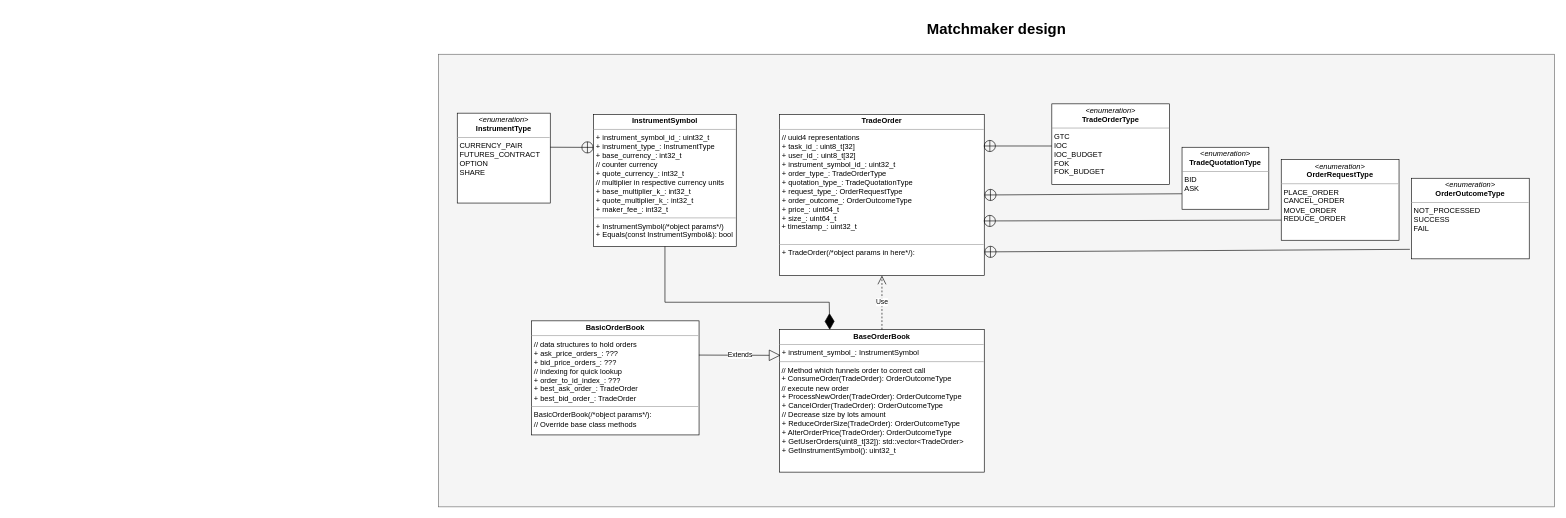
The draw.io diagram architecture/matchmaker/matchmaker_design.drawio in kevm314/cpp-exchange, before the edit. Source tidied: cells renumbered, new cells numbered last; positions are measured from the earlier drawing's top-left corner, leaving out a move shared by most shapes. Both pictures are drawn from the tidied source at 62%, with x=0, y=0 at pixel (438, 17).
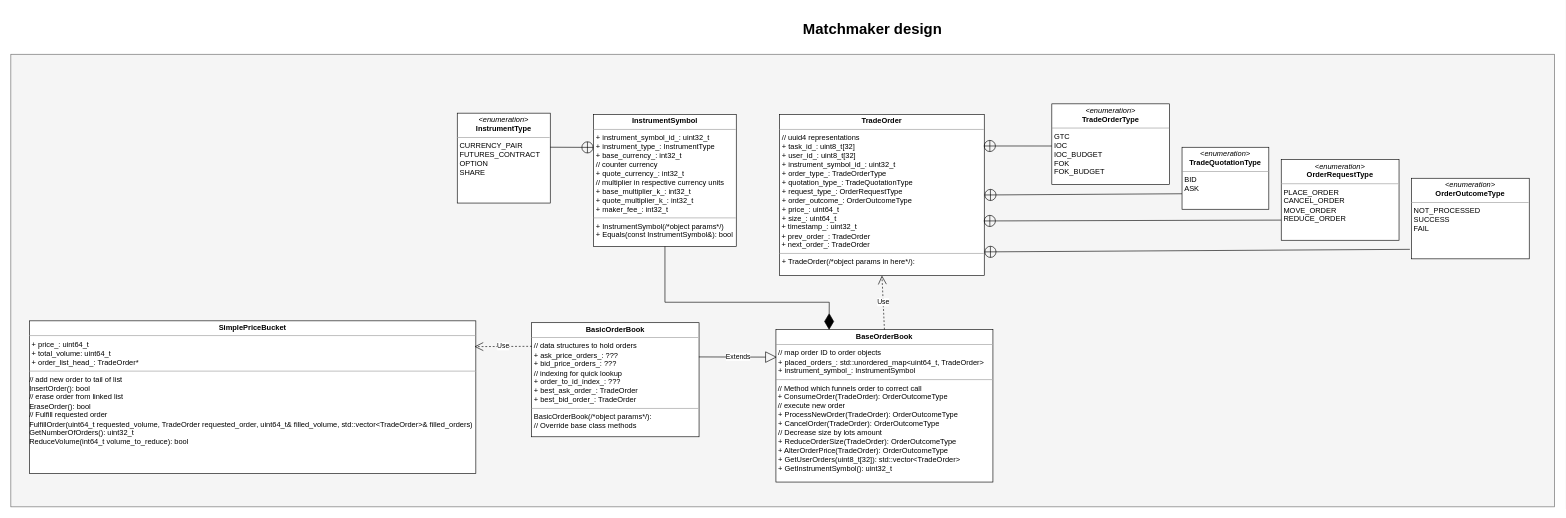
The same page after the edit.

Commit message (it also covers changes not shown here):
Update diagrams, add simple orderbook and price bucket classes with initial testing

Diff of the diagram source:
```diff
@@
     <mxCell id="2" style="rounded=0;whiteSpace=wrap;html=1;fillColor=#f5f5f5;fontColor=#333333;strokeColor=#666666;" parent="1" vertex="1">
-      <mxGeometry y="60" width="1800" height="730" as="geometry" />
+      <mxGeometry x="-690" y="60" width="2490" height="730" as="geometry" />
     </mxCell>
@@
-    <mxCell id="5" value="&lt;p style=&quot;margin:0px;margin-top:4px;text-align:center;&quot;&gt;&lt;b&gt;TradeOrder&lt;/b&gt;&lt;/p&gt;&lt;hr size=&quot;1&quot;&gt;&lt;p style=&quot;margin:0px;margin-left:4px;&quot;&gt;// uuid4 representations&lt;/p&gt;&lt;p style=&quot;margin:0px;margin-left:4px;&quot;&gt;+ task_id_: uint8_t[32]&lt;/p&gt;&lt;p style=&quot;margin:0px;margin-left:4px;&quot;&gt;+ user_id_: uint8_t[32]&lt;/p&gt;&lt;p style=&quot;margin:0px;margin-left:4px;&quot;&gt;&lt;span style=&quot;background-color: initial;&quot;&gt;+ instrument_symbol_id_: uint32_t&lt;/span&gt;&lt;/p&gt;&lt;p style=&quot;margin:0px;margin-left:4px;&quot;&gt;+ order_type_: TradeOrderType&lt;/p&gt;&lt;p style=&quot;margin:0px;margin-left:4px;&quot;&gt;+ quotation_type_: TradeQuotationType&lt;/p&gt;&lt;p style=&quot;margin:0px;margin-left:4px;&quot;&gt;+ request_type_: OrderRequestType&lt;/p&gt;&lt;p style=&quot;margin:0px;margin-left:4px;&quot;&gt;+ order_outcome_: OrderOutcomeType&lt;/p&gt;&lt;p style=&quot;margin:0px;margin-left:4px;&quot;&gt;+ price_: uint64_t&lt;/p&gt;&lt;p style=&quot;margin:0px;margin-left:4px;&quot;&gt;+ size_: uint64_t&lt;/p&gt;&amp;nbsp;+ timestamp_: uint32_t&lt;br&gt;&lt;br&gt;&lt;hr size=&quot;1&quot;&gt;&lt;p style=&quot;margin:0px;margin-left:4px;&quot;&gt;+ TradeOrder(/*object params in here*/):&amp;nbsp;&lt;/p&gt;&lt;p style=&quot;margin:0px;margin-left:4px;&quot;&gt;&lt;br&gt;&lt;/p&gt;" style="verticalAlign=top;align=left;overflow=fill;fontSize=12;fontFamily=Helvetica;html=1;" parent="1" vertex="1">
+    <mxCell id="5" value="&lt;p style=&quot;margin:0px;margin-top:4px;text-align:center;&quot;&gt;&lt;b&gt;TradeOrder&lt;/b&gt;&lt;/p&gt;&lt;hr size=&quot;1&quot;&gt;&lt;p style=&quot;margin:0px;margin-left:4px;&quot;&gt;// uuid4 representations&lt;/p&gt;&lt;p style=&quot;margin:0px;margin-left:4px;&quot;&gt;+ task_id_: uint8_t[32]&lt;/p&gt;&lt;p style=&quot;margin:0px;margin-left:4px;&quot;&gt;+ user_id_: uint8_t[32]&lt;/p&gt;&lt;p style=&quot;margin:0px;margin-left:4px;&quot;&gt;&lt;span style=&quot;background-color: initial;&quot;&gt;+ instrument_symbol_id_: uint32_t&lt;/span&gt;&lt;/p&gt;&lt;p style=&quot;margin:0px;margin-left:4px;&quot;&gt;+ order_type_: TradeOrderType&lt;/p&gt;&lt;p style=&quot;margin:0px;margin-left:4px;&quot;&gt;+ quotation_type_: TradeQuotationType&lt;/p&gt;&lt;p style=&quot;margin:0px;margin-left:4px;&quot;&gt;+ request_type_: OrderRequestType&lt;/p&gt;&lt;p style=&quot;margin:0px;margin-left:4px;&quot;&gt;+ order_outcome_: OrderOutcomeType&lt;/p&gt;&lt;p style=&quot;margin:0px;margin-left:4px;&quot;&gt;+ price_: uint64_t&lt;/p&gt;&lt;p style=&quot;margin:0px;margin-left:4px;&quot;&gt;+ size_: uint64_t&lt;/p&gt;&amp;nbsp;+ timestamp_: uint32_t&lt;br&gt;&amp;nbsp;+ prev_order_: TradeOrder&lt;br&gt;&amp;nbsp;+ next_order_: TradeOrder&lt;br&gt;&lt;hr size=&quot;1&quot;&gt;&lt;p style=&quot;margin:0px;margin-left:4px;&quot;&gt;+ TradeOrder(/*object params in here*/):&amp;nbsp;&lt;/p&gt;&lt;p style=&quot;margin:0px;margin-left:4px;&quot;&gt;&lt;br&gt;&lt;/p&gt;" style="verticalAlign=top;align=left;overflow=fill;fontSize=12;fontFamily=Helvetica;html=1;" parent="1" vertex="1">
       <mxGeometry x="550" y="157" width="330" height="260" as="geometry" />
     </mxCell>
@@
-    <mxCell id="12" value="&lt;p style=&quot;margin:0px;margin-top:4px;text-align:center;&quot;&gt;&lt;b&gt;BaseOrderBook&lt;/b&gt;&lt;/p&gt;&lt;hr size=&quot;1&quot;&gt;&lt;p style=&quot;border-color: var(--border-color); margin: 0px 0px 0px 4px;&quot;&gt;+ instrument_symbol_: InstrumentSymbol&lt;/p&gt;&lt;hr size=&quot;1&quot;&gt;&amp;nbsp;// Method which funnels order to correct call&lt;br&gt;&amp;nbsp;+ ConsumeOrder(TradeOrder): OrderOutcomeType&lt;br&gt;&amp;nbsp;// execute new order&lt;br&gt;&lt;p style=&quot;margin:0px;margin-left:4px;&quot;&gt;+ ProcessNewOrder(TradeOrder): OrderOutcomeType&lt;/p&gt;&lt;p style=&quot;margin:0px;margin-left:4px;&quot;&gt;+ CancelOrder(TradeOrder): OrderOutcomeType&lt;/p&gt;&lt;p style=&quot;margin:0px;margin-left:4px;&quot;&gt;// Decrease size by lots amount&lt;/p&gt;&lt;p style=&quot;margin:0px;margin-left:4px;&quot;&gt;+ ReduceOrderSize(TradeOrder): OrderOutcomeType&lt;/p&gt;&lt;p style=&quot;margin:0px;margin-left:4px;&quot;&gt;&lt;span style=&quot;background-color: initial;&quot;&gt;+ AlterOrderPrice(TradeOrder): OrderOutcomeType&lt;/span&gt;&lt;br&gt;&lt;/p&gt;&lt;p style=&quot;margin:0px;margin-left:4px;&quot;&gt;&lt;span style=&quot;background-color: initial;&quot;&gt;+ GetUserOrders(uint8_t[32]): std::vector&amp;lt;TradeOrder&amp;gt;&lt;/span&gt;&lt;/p&gt;&lt;p style=&quot;margin:0px;margin-left:4px;&quot;&gt;&lt;span style=&quot;background-color: initial;&quot;&gt;+ GetInstrumentSymbol(): uint32_t&lt;/span&gt;&lt;/p&gt;" style="verticalAlign=top;align=left;overflow=fill;fontSize=12;fontFamily=Helvetica;html=1;" parent="1" vertex="1">
-      <mxGeometry x="550" y="504" width="330" height="230" as="geometry" />
+    <mxCell id="12" value="&lt;p style=&quot;margin:0px;margin-top:4px;text-align:center;&quot;&gt;&lt;b&gt;BaseOrderBook&lt;/b&gt;&lt;/p&gt;&lt;hr size=&quot;1&quot;&gt;&lt;p style=&quot;border-color: var(--border-color); margin: 0px 0px 0px 4px;&quot;&gt;// map order ID to order objects&lt;/p&gt;&lt;p style=&quot;border-color: var(--border-color); margin: 0px 0px 0px 4px;&quot;&gt;&lt;span style=&quot;background-color: initial;&quot;&gt;+ placed_orders_: std::unordered_map&amp;lt;uint64_t, TradeOrder&amp;gt;&lt;/span&gt;&lt;br&gt;&lt;/p&gt;&lt;p style=&quot;border-color: var(--border-color); margin: 0px 0px 0px 4px;&quot;&gt;+ instrument_symbol_: InstrumentSymbol&lt;/p&gt;&lt;hr size=&quot;1&quot;&gt;&amp;nbsp;// Method which funnels order to correct call&lt;br&gt;&amp;nbsp;+ ConsumeOrder(TradeOrder): OrderOutcomeType&lt;br&gt;&amp;nbsp;// execute new order&lt;br&gt;&lt;p style=&quot;margin:0px;margin-left:4px;&quot;&gt;+ ProcessNewOrder(TradeOrder): OrderOutcomeType&lt;/p&gt;&lt;p style=&quot;margin:0px;margin-left:4px;&quot;&gt;+ CancelOrder(TradeOrder): OrderOutcomeType&lt;/p&gt;&lt;p style=&quot;margin:0px;margin-left:4px;&quot;&gt;// Decrease size by lots amount&lt;/p&gt;&lt;p style=&quot;margin:0px;margin-left:4px;&quot;&gt;+ ReduceOrderSize(TradeOrder): OrderOutcomeType&lt;/p&gt;&lt;p style=&quot;margin:0px;margin-left:4px;&quot;&gt;&lt;span style=&quot;background-color: initial;&quot;&gt;+ AlterOrderPrice(TradeOrder): OrderOutcomeType&lt;/span&gt;&lt;br&gt;&lt;/p&gt;&lt;p style=&quot;margin:0px;margin-left:4px;&quot;&gt;&lt;span style=&quot;background-color: initial;&quot;&gt;+ GetUserOrders(uint8_t[32]): std::vector&amp;lt;TradeOrder&amp;gt;&lt;/span&gt;&lt;/p&gt;&lt;p style=&quot;margin:0px;margin-left:4px;&quot;&gt;&lt;span style=&quot;background-color: initial;&quot;&gt;+ GetInstrumentSymbol(): uint32_t&lt;/span&gt;&lt;/p&gt;" style="verticalAlign=top;align=left;overflow=fill;fontSize=12;fontFamily=Helvetica;html=1;" parent="1" vertex="1">
+      <mxGeometry x="544" y="504" width="350" height="246" as="geometry" />
     </mxCell>
@@
     <mxCell id="16" value="&lt;p style=&quot;margin:0px;margin-top:4px;text-align:center;&quot;&gt;&lt;b&gt;BasicOrderBook&lt;/b&gt;&lt;/p&gt;&lt;hr size=&quot;1&quot;&gt;&lt;p style=&quot;margin:0px;margin-left:4px;&quot;&gt;// data structures to hold orders&lt;/p&gt;&lt;p style=&quot;margin:0px;margin-left:4px;&quot;&gt;+ ask_price_orders_: ???&lt;/p&gt;&lt;p style=&quot;margin:0px;margin-left:4px;&quot;&gt;+ bid_price_orders_: ???&lt;/p&gt;&lt;p style=&quot;margin:0px;margin-left:4px;&quot;&gt;// indexing for quick lookup&lt;/p&gt;&lt;p style=&quot;margin:0px;margin-left:4px;&quot;&gt;+ order_to_id_index_: ???&lt;/p&gt;&lt;p style=&quot;margin:0px;margin-left:4px;&quot;&gt;+ best_ask_order_: TradeOrder&lt;/p&gt;&lt;p style=&quot;margin:0px;margin-left:4px;&quot;&gt;+ best_bid_order_: TradeOrder&lt;/p&gt;&lt;hr size=&quot;1&quot;&gt;&lt;p style=&quot;margin:0px;margin-left:4px;&quot;&gt;BasicOrderBook(/*object params*/):&lt;/p&gt;&lt;p style=&quot;margin:0px;margin-left:4px;&quot;&gt;// Override base class methods&lt;/p&gt;" style="verticalAlign=top;align=left;overflow=fill;fontSize=12;fontFamily=Helvetica;html=1;" parent="1" vertex="1">
-      <mxGeometry x="150" y="490" width="270" height="184" as="geometry" />
+      <mxGeometry x="150" y="493" width="270" height="184" as="geometry" />
     </mxCell>
@@
     <mxCell id="20" value="&lt;h1 style=&quot;&quot;&gt;&lt;span style=&quot;background-color: initial;&quot;&gt;Matchmaker design&lt;/span&gt;&lt;br&gt;&lt;/h1&gt;" style="text;html=1;strokeColor=none;fillColor=none;spacing=5;spacingTop=-20;whiteSpace=wrap;overflow=hidden;rounded=0;align=center;" parent="1" vertex="1">
-      <mxGeometry x="685" width="430" height="40" as="geometry" />
+      <mxGeometry x="485" width="430" height="40" as="geometry" />
     </mxCell>
+    <mxCell id="21" value="&lt;p style=&quot;margin:0px;margin-top:4px;text-align:center;&quot;&gt;&lt;b&gt;SimplePriceBucket&lt;/b&gt;&lt;/p&gt;&lt;hr size=&quot;1&quot;&gt;&lt;p style=&quot;border-color: var(--border-color); margin: 0px 0px 0px 4px;&quot;&gt;+ price_: uint64_t&lt;/p&gt;&lt;p style=&quot;border-color: var(--border-color); margin: 0px 0px 0px 4px;&quot;&gt;+ total_volume: uint64_t&lt;/p&gt;&lt;p style=&quot;border-color: var(--border-color); margin: 0px 0px 0px 4px;&quot;&gt;+ order_list_head_: TradeOrder*&lt;/p&gt;&lt;hr size=&quot;1&quot;&gt;// add new order to tail of list&lt;br&gt;InsertOrder(): bool&lt;br&gt;// erase order from linked list&lt;br&gt;EraseOrder(): bool&lt;br&gt;// Fulfill requested order&lt;br&gt;FulfillOrder(uint64_t requested_volume, TradeOrder requested_order, uint64_t&amp;amp; filled_volume, std::vector&amp;lt;TradeOrder&amp;gt;&amp;amp; filled_orders)&lt;br&gt;GetNumberOfOrders(): uint32_t&lt;br&gt;ReduceVolume(int64_t volume_to_reduce): bool" style="verticalAlign=top;align=left;overflow=fill;fontSize=12;fontFamily=Helvetica;html=1;" parent="1" vertex="1">
+      <mxGeometry x="-660" y="490" width="720" height="246" as="geometry" />
+    </mxCell>
+    <mxCell id="22" value="Use" style="endArrow=open;endSize=12;dashed=1;html=1;rounded=0;exitX=0.001;exitY=0.207;exitDx=0;exitDy=0;exitPerimeter=0;entryX=0.997;entryY=0.169;entryDx=0;entryDy=0;entryPerimeter=0;" parent="1" edge="1" source="16" target="21">
+      <mxGeometry relative="1" as="geometry" />
+    </mxCell>
```
